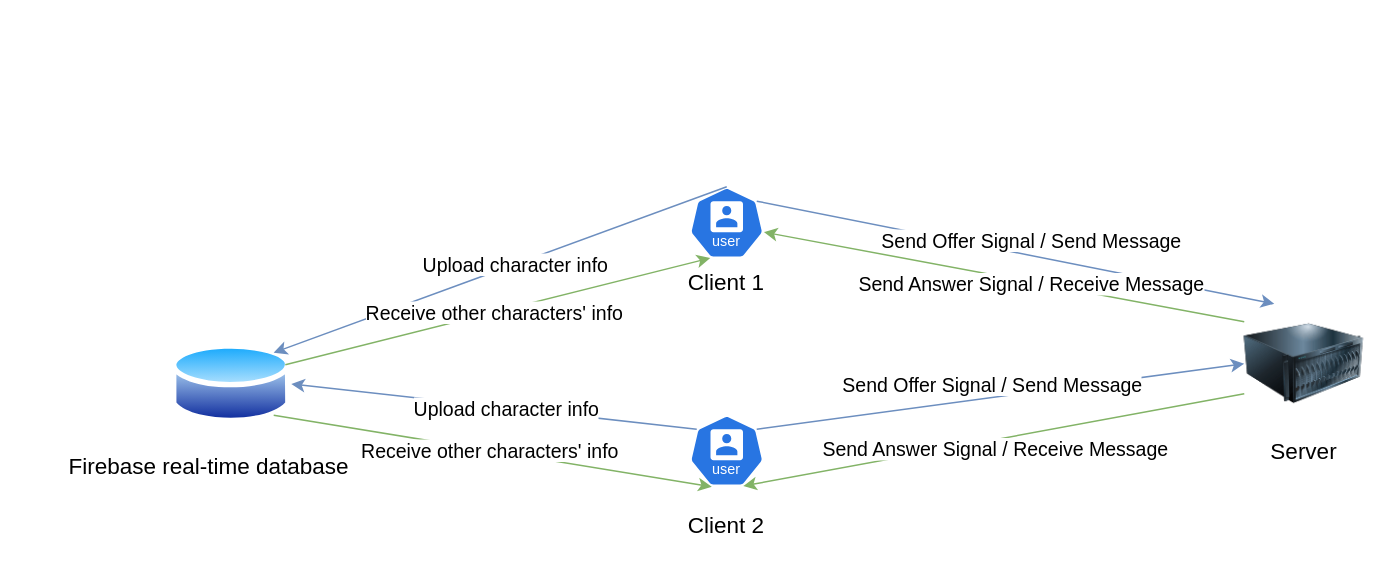
Before: page "CommunicationModel" (1 of 2) of images/VirtOffice-Diagram.drawio in jiakuanghe/oa_virtoffice, a draw.io diagram. Source tidied: cells renumbered, new cells numbered last; positions are measured from the earlier drawing's top-left corner, leaving out a move shared by most shapes. Both pictures are drawn from the tidied source at 150%, with x=0, y=0 at pixel (66, 186).
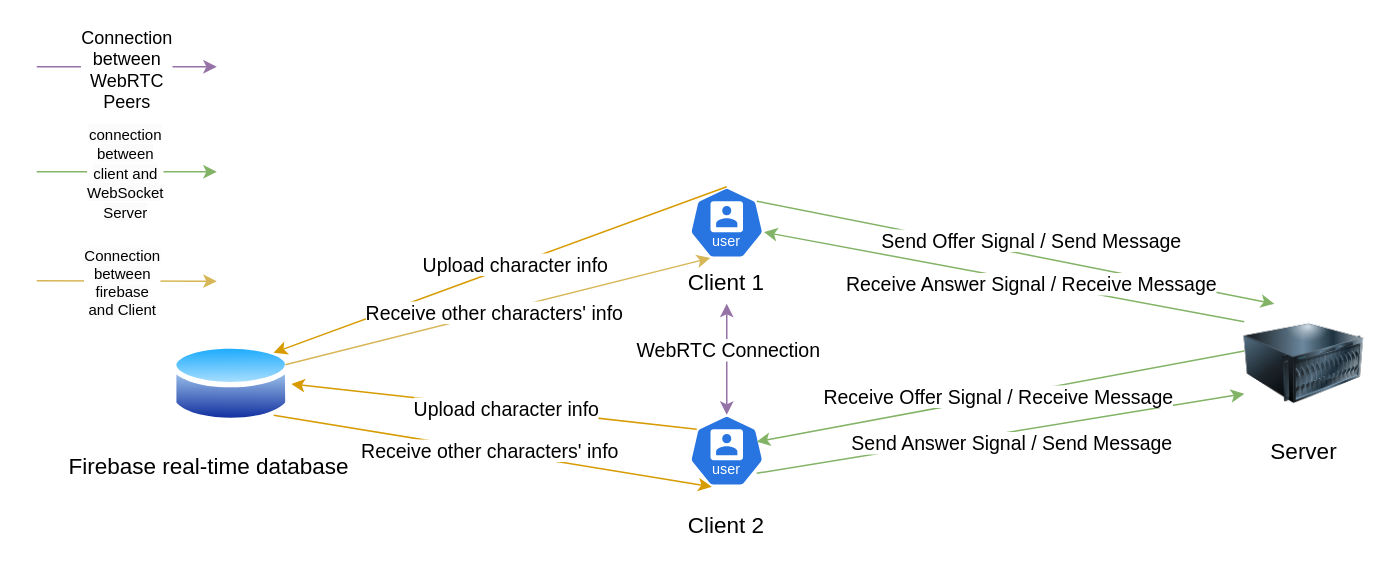
The same diagram, later.

Unchanged cells that the change refers to:
```xml
<mxCell id="2" style="sketch=0;html=1;dashed=0;whitespace=wrap;fillColor=#2875E2;strokeColor=#ffffff;points=[[0.005,0.63,0],[0.1,0.2,0],[0.9,0.2,0],[0.5,0,0],[0.995,0.63,0],[0.72,0.99,0],[0.5,1,0],[0.28,0.99,0]];shape=mxgraph.kubernetes.icon2;kubernetesLabel=1;prIcon=user;" parent="1" vertex="1">
  <mxGeometry x="415" width="50" height="48" as="geometry" />
</mxCell>
<mxCell id="3" style="sketch=0;html=1;dashed=0;whitespace=wrap;fillColor=#2875E2;strokeColor=#ffffff;points=[[0.005,0.63,0],[0.1,0.2,0],[0.9,0.2,0],[0.5,0,0],[0.995,0.63,0],[0.72,0.99,0],[0.5,1,0],[0.28,0.99,0]];shape=mxgraph.kubernetes.icon2;kubernetesLabel=1;prIcon=user;" parent="1" vertex="1">
  <mxGeometry x="415" y="152" width="50" height="48" as="geometry" />
</mxCell>
<mxCell id="4" style="image;html=1;image=img/lib/clip_art/computers/Server_128x128.png;" parent="1" vertex="1">
  <mxGeometry x="785" y="78" width="80" height="80" as="geometry" />
</mxCell>
<mxCell id="5" value="Client 1" style="text;html=1;align=center;verticalAlign=middle;whiteSpace=wrap;rounded=0;fontSize=15;" parent="1" vertex="1">
  <mxGeometry x="410" y="48" width="60" height="30" as="geometry" />
</mxCell>
<mxCell id="10" style="image;perimeter=ellipsePerimeter;html=1;align=center;shadow=0;dashed=0;spacingTop=3;image=img/lib/active_directory/database.svg;" parent="1" vertex="1">
  <mxGeometry x="70" y="102" width="79.7" height="59" as="geometry" />
</mxCell>
<mxCell id="20" style="endArrow=classic;html=1;rounded=0;exitX=0;exitY=0.15;exitDx=0;exitDy=0;entryX=0.995;entryY=0.63;entryDx=0;entryDy=0;entryPerimeter=0;fillColor=#d5e8d4;strokeColor=#82b366;exitPerimeter=0;" parent="1" edge="1" source="4" target="2">
  <mxGeometry relative="1" as="geometry" />
</mxCell>
```

Diff of the diagram source:
```diff
@@
+    <mxCell id="22" style="endArrow=classic;html=1;rounded=0;exitX=0.9;exitY=0.813;exitDx=0;exitDy=0;exitPerimeter=0;entryX=0;entryY=0.75;entryDx=0;entryDy=0;fillColor=#d5e8d4;strokeColor=#82b366;" parent="1" edge="1" source="3" target="4">
+      <mxGeometry relative="1" as="geometry" />
+    </mxCell>
+    <mxCell id="23" value="Send Answer Signal / Send Message" style="edgeLabel;html=1;align=center;verticalAlign=middle;fontSize=13;" parent="22" vertex="1">
+      <mxGeometry x="-0.31" y="-2" relative="1" as="geometry">
+        <mxPoint x="57" y="-4" as="offset" />
+      </mxGeometry>
+    </mxCell>
@@
-    <mxCell id="7" style="endArrow=classic;html=1;rounded=0;exitX=0.9;exitY=0.2;exitDx=0;exitDy=0;exitPerimeter=0;entryX=0.25;entryY=0;entryDx=0;entryDy=0;fillColor=#dae8fc;strokeColor=#6c8ebf;" parent="1" edge="1" source="2" target="4">
+    <mxCell id="7" style="endArrow=classic;html=1;rounded=0;exitX=0.9;exitY=0.2;exitDx=0;exitDy=0;exitPerimeter=0;entryX=0.25;entryY=0;entryDx=0;entryDy=0;fillColor=#d5e8d4;strokeColor=#82b366;" parent="1" edge="1" source="2" target="4">
       <mxGeometry relative="1" as="geometry" />
     </mxCell>
@@
-    <mxCell id="12" style="endArrow=classic;html=1;rounded=0;exitX=0.5;exitY=0;exitDx=0;exitDy=0;exitPerimeter=0;entryX=1;entryY=0;entryDx=0;entryDy=0;fillColor=#dae8fc;strokeColor=#6c8ebf;" parent="1" edge="1" source="2" target="10">
+    <mxCell id="12" style="endArrow=classic;html=1;rounded=0;exitX=0.5;exitY=0;exitDx=0;exitDy=0;exitPerimeter=0;entryX=1;entryY=0;entryDx=0;entryDy=0;fillColor=#ffe6cc;strokeColor=#d79b00;" parent="1" edge="1" source="2" target="10">
       <mxGeometry relative="1" as="geometry" />
     </mxCell>
@@
-    <mxCell id="14" style="endArrow=classic;html=1;rounded=0;exitX=1;exitY=0.25;exitDx=0;exitDy=0;entryX=0.28;entryY=0.99;entryDx=0;entryDy=0;entryPerimeter=0;fillColor=#d5e8d4;strokeColor=#82b366;" parent="1" edge="1" source="10" target="2">
+    <mxCell id="14" style="endArrow=classic;html=1;rounded=0;exitX=1;exitY=0.25;exitDx=0;exitDy=0;entryX=0.28;entryY=0.99;entryDx=0;entryDy=0;entryPerimeter=0;fillColor=#fff2cc;strokeColor=#d6b656;" parent="1" edge="1" source="10" target="2">
       <mxGeometry relative="1" as="geometry" />
     </mxCell>
@@
-    <mxCell id="16" style="endArrow=classic;html=1;rounded=0;exitX=0.1;exitY=0.2;exitDx=0;exitDy=0;exitPerimeter=0;entryX=1;entryY=0.5;entryDx=0;entryDy=0;fillColor=#dae8fc;strokeColor=#6c8ebf;" parent="1" edge="1" source="3" target="10">
+    <mxCell id="16" style="endArrow=classic;html=1;rounded=0;exitX=0.1;exitY=0.2;exitDx=0;exitDy=0;exitPerimeter=0;entryX=1;entryY=0.5;entryDx=0;entryDy=0;fillColor=#ffe6cc;strokeColor=#d79b00;" parent="1" edge="1" source="3" target="10">
       <mxGeometry relative="1" as="geometry" />
     </mxCell>
@@
-    <mxCell id="18" style="endArrow=classic;html=1;rounded=0;exitX=1;exitY=1;exitDx=0;exitDy=0;fillColor=#d5e8d4;strokeColor=#82b366;" parent="1" edge="1" source="10">
+    <mxCell id="18" style="endArrow=classic;html=1;rounded=0;exitX=1;exitY=1;exitDx=0;exitDy=0;fillColor=#ffe6cc;strokeColor=#d79b00;" parent="1" edge="1" source="10">
       <mxGeometry relative="1" as="geometry">
         <mxPoint x="430" y="200" as="targetPoint" />
       </mxGeometry>
     </mxCell>
@@
-    <mxCell id="21" value="Send Answer Signal / Receive Message" style="edgeLabel;html=1;align=center;verticalAlign=middle;fontSize=13;" parent="20" vertex="1">
+    <mxCell id="21" value="Receive Answer Signal / Receive Message" style="edgeLabel;html=1;align=center;verticalAlign=middle;fontSize=13;" parent="20" vertex="1">
       <mxGeometry x="-0.11" y="1" relative="1" as="geometry" />
     </mxCell>
-    <mxCell id="22" style="endArrow=classic;html=1;rounded=0;exitX=0.9;exitY=0.2;exitDx=0;exitDy=0;exitPerimeter=0;entryX=0;entryY=0.5;entryDx=0;entryDy=0;fillColor=#dae8fc;strokeColor=#6c8ebf;" parent="1" edge="1" source="3" target="4">
-      <mxGeometry relative="1" as="geometry" />
-    </mxCell>
-    <mxCell id="23" value="Send Offer Signal / Send Message" style="edgeLabel;html=1;align=center;verticalAlign=middle;fontSize=13;" parent="22" vertex="1">
-      <mxGeometry x="-0.31" y="-2" relative="1" as="geometry">
-        <mxPoint x="44" y="-17" as="offset" />
-      </mxGeometry>
-    </mxCell>
-    <mxCell id="24" style="endArrow=classic;html=1;rounded=0;exitX=0;exitY=0.75;exitDx=0;exitDy=0;entryX=0.72;entryY=0.99;entryDx=0;entryDy=0;entryPerimeter=0;fillColor=#d5e8d4;strokeColor=#82b366;" parent="1" edge="1" source="4" target="3">
-      <mxGeometry relative="1" as="geometry" />
+    <mxCell id="24" style="endArrow=classic;html=1;rounded=0;exitX=0;exitY=0.75;exitDx=0;exitDy=0;fillColor=#d5e8d4;strokeColor=#82b366;" parent="1" edge="1">
+      <mxGeometry relative="1" as="geometry">
+        <mxPoint x="785" y="109.5" as="sourcePoint" />
+        <mxPoint x="460" y="170" as="targetPoint" />
+      </mxGeometry>
     </mxCell>
-    <mxCell id="25" value="Send Answer Signal / Receive Message" style="edgeLabel;html=1;align=center;verticalAlign=middle;fontSize=13;" parent="24" vertex="1">
-      <mxGeometry x="-0.11" y="1" relative="1" as="geometry">
-        <mxPoint x="-18" y="8" as="offset" />
-      </mxGeometry>
-    </mxCell>
+    <mxCell id="26" value="&lt;span style=&quot;font-size: 13px;&quot;&gt;Receive Offer Signal / Receive Message&lt;/span&gt;" style="edgeLabel;html=1;align=center;verticalAlign=middle;fontSize=13;" parent="24" vertex="1">
+      <mxGeometry x="0.01" y="-1" relative="1" as="geometry" />
+    </mxCell>
+    <mxCell id="27" style="endArrow=classic;startArrow=classic;html=1;rounded=0;entryX=0.5;entryY=1;entryDx=0;entryDy=0;exitX=0.5;exitY=0;exitDx=0;exitDy=0;exitPerimeter=0;fillColor=#e1d5e7;strokeColor=#9673a6;" parent="1" edge="1" source="3" target="5">
+      <mxGeometry relative="1" as="geometry" />
+    </mxCell>
+    <mxCell id="28" value="WebRTC Connection" style="edgeLabel;html=1;align=center;verticalAlign=middle;fontSize=13;" parent="27" vertex="1">
+      <mxGeometry x="0.19" relative="1" as="geometry" />
+    </mxCell>
+    <mxCell id="29" style="endArrow=classic;html=1;rounded=0;fillColor=#d5e8d4;strokeColor=#82b366;" parent="1" edge="1">
+      <mxGeometry relative="1" as="geometry">
+        <mxPoint x="-20" y="-10" as="sourcePoint" />
+        <mxPoint x="100" y="-10" as="targetPoint" />
+      </mxGeometry>
+    </mxCell>
+    <mxCell id="30" value="&lt;span style=&quot;text-wrap: wrap; background-color: rgb(251, 251, 251);&quot;&gt;&lt;font style=&quot;font-size: 10px;&quot;&gt;connection between client and WebSocket Server&lt;/font&gt;&lt;/span&gt;" style="edgeLabel;html=1;align=center;verticalAlign=middle;" parent="29" vertex="1">
+      <mxGeometry x="-0.3" y="1" relative="1" as="geometry">
+        <mxPoint x="16" y="1" as="offset" />
+      </mxGeometry>
+    </mxCell>
+    <mxCell id="31" style="endArrow=classic;html=1;rounded=0;fillColor=#fff2cc;strokeColor=#d6b656;" parent="1" edge="1">
+      <mxGeometry relative="1" as="geometry">
+        <mxPoint x="-20" y="62.6" as="sourcePoint" />
+        <mxPoint x="100" y="63" as="targetPoint" />
+      </mxGeometry>
+    </mxCell>
+    <mxCell id="32" value="&lt;span style=&quot;text-wrap: wrap; background-color: rgb(251, 251, 251); font-size: 10px;&quot;&gt;&lt;font style=&quot;font-size: 10px;&quot;&gt;Connection between firebase and Client&lt;/font&gt;&lt;/span&gt;" style="edgeLabel;html=1;align=center;verticalAlign=middle;fontSize=10;" parent="31" vertex="1">
+      <mxGeometry x="-0.08" y="-1" relative="1" as="geometry">
+        <mxPoint x="2" as="offset" />
+      </mxGeometry>
+    </mxCell>
+    <mxCell id="33" style="endArrow=classic;html=1;rounded=0;fillColor=#e1d5e7;strokeColor=#9673a6;" parent="1" edge="1">
+      <mxGeometry relative="1" as="geometry">
+        <mxPoint x="-20" y="-80" as="sourcePoint" />
+        <mxPoint x="100" y="-80" as="targetPoint" />
+      </mxGeometry>
+    </mxCell>
+    <mxCell id="34" value="&lt;span style=&quot;font-size: 12px;&quot;&gt;Connection&lt;/span&gt;&lt;div&gt;&lt;span style=&quot;font-size: 12px;&quot;&gt;between&lt;/span&gt;&lt;/div&gt;&lt;div&gt;&lt;span style=&quot;font-size: 12px;&quot;&gt;WebRTC&lt;/span&gt;&lt;/div&gt;&lt;div&gt;&lt;span style=&quot;font-size: 12px;&quot;&gt;Peers&lt;/span&gt;&lt;/div&gt;" style="edgeLabel;html=1;align=center;verticalAlign=middle;" parent="33" vertex="1">
+      <mxGeometry x="-0.01" y="-1" relative="1" as="geometry" />
+    </mxCell>
```
